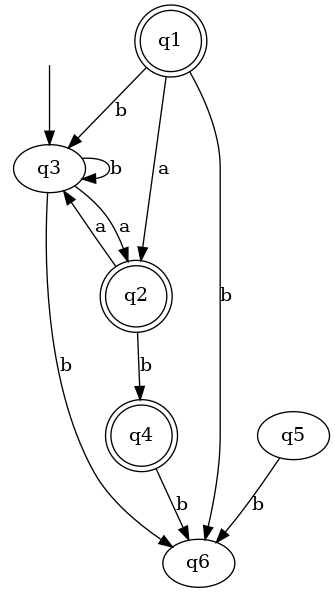
This is examples/3_delete_epsilon.png from x-ENIAC/Formal-languages, a Graphviz export, as it was before one commit. Its source is kept beside it as examples/3_delete_epsilon.dot.
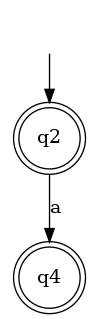
Later version of the same file.

What changed in the source:
```diff
@@ -1,20 +1,7 @@
 digraph {
 	start [style = "invis"]
-	start -> "q3"
-	"q1" [shape=doublecircle]
+	start -> "q2"
 	"q2" [shape=doublecircle]
-	"q1" -> "q2" [label = "a"]
-	"q3"
-	"q1" -> "q3" [label = "b"]
-	"q6"
-	"q1" -> "q6" [label = "b"]
-	"q2" -> "q3" [label = "a"]
 	"q4" [shape=doublecircle]
-	"q2" -> "q4" [label = "b"]
-	"q4" -> "q6" [label = "b"]
-	"q3" -> "q3" [label = "b"]
-	"q3" -> "q2" [label = "a"]
-	"q3" -> "q6" [label = "b"]
-	"q5"
-	"q5" -> "q6" [label = "b"]
+	"q2" -> "q4" [label = "a"]
 }
```
